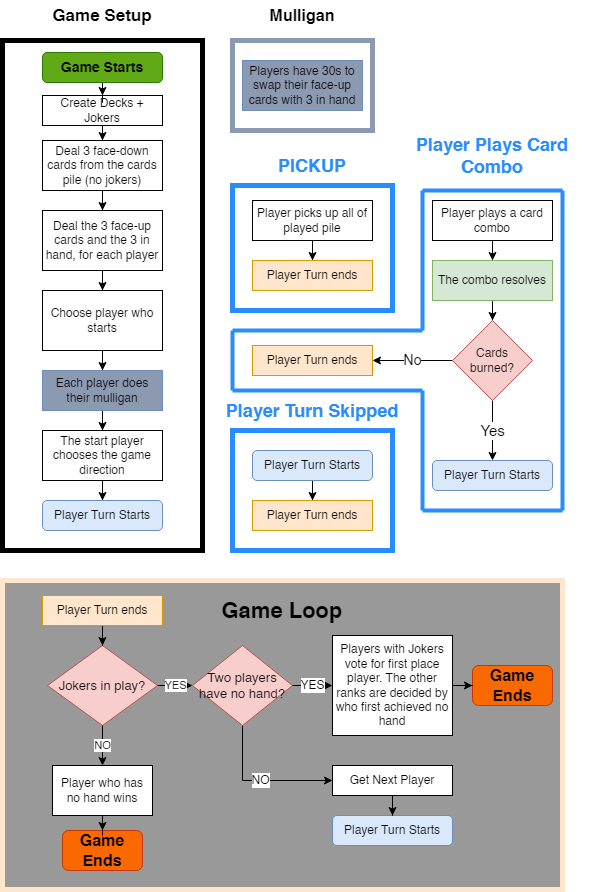
Before: GameFlowChart.png, a diagram exported from draw.io (MikeMNelhams/Karma). Source tidied: cells renumbered, new cells last; positions are measured from the earlier drawing's top-left corner, leaving out a move shared by most shapes.
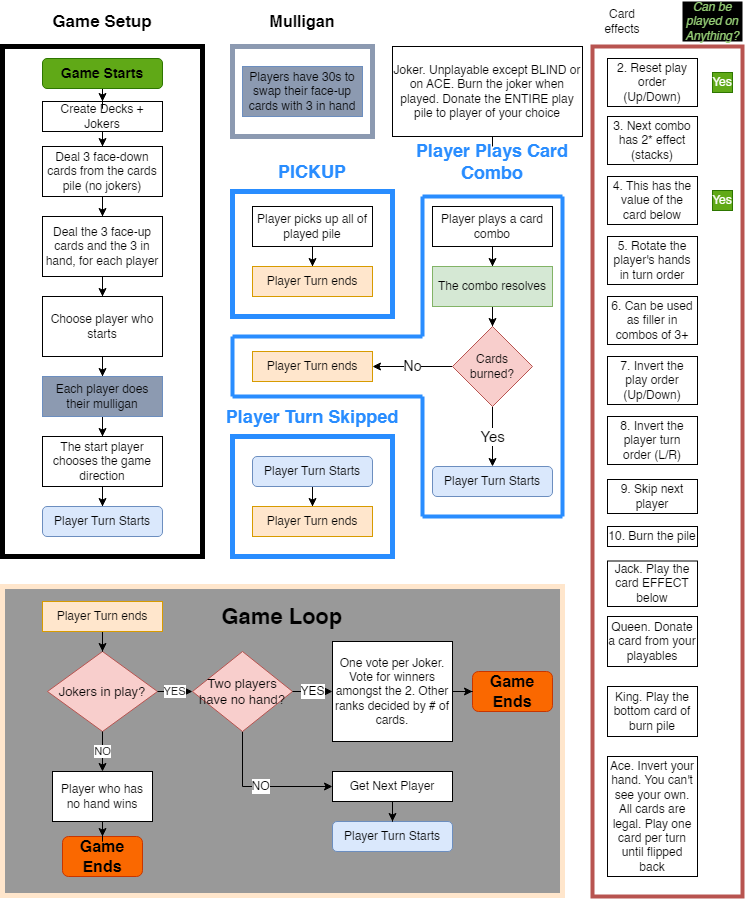
The same diagram one commit later.

What changed in the source:
```diff
@@ -2,6 +2,9 @@
   <root>
     <mxCell id="0" />
     <mxCell id="1" parent="0" />
+    <mxCell id="70" style="rounded=0;whiteSpace=wrap;html=1;strokeWidth=4;fillColor=none;strokeColor=#b85450;" parent="1" vertex="1">
+      <mxGeometry x="590" y="40" width="150" height="850" as="geometry" />
+    </mxCell>
     <mxCell id="2" style="rounded=0;whiteSpace=wrap;html=1;fillColor=none;strokeWidth=5;" parent="1" vertex="1">
       <mxGeometry y="40" width="200" height="510" as="geometry" />
     </mxCell>
@@ -101,6 +104,9 @@
     <mxCell id="34" value="Player Turn Starts" style="rounded=1;whiteSpace=wrap;html=1;fillColor=#dae8fc;strokeColor=#6c8ebf;" parent="1" vertex="1">
       <mxGeometry x="430" y="460" width="120" height="30" as="geometry" />
     </mxCell>
+    <mxCell id="71" style="edgeStyle=orthogonalEdgeStyle;rounded=0;jettySize=auto;html=1;" parent="1" edge="1" source="35" target="89">
+      <mxGeometry relative="1" as="geometry" />
+    </mxCell>
     <mxCell id="35" value="Player Plays Card Combo" style="text;html=1;strokeColor=none;fillColor=none;align=center;verticalAlign=middle;whiteSpace=wrap;rounded=0;fontColor=#298DFF;fontStyle=1;fontSize=18;" parent="1" vertex="1">
       <mxGeometry x="390" y="140" width="200" height="30" as="geometry" />
     </mxCell>
@@ -197,7 +203,7 @@
     <mxCell id="58" value="YES" style="edgeStyle=orthogonalEdgeStyle;rounded=0;jettySize=auto;html=1;" parent="50" edge="1" source="52" target="57">
       <mxGeometry relative="1" as="geometry" />
     </mxCell>
-    <mxCell id="59" value="Players with Jokers vote for first place player. The other ranks are decided by who first achieved no hand" style="rounded=0;whiteSpace=wrap;html=1;" parent="50" vertex="1">
+    <mxCell id="59" value="One vote per Joker. Vote for winners amongst the 2. Other ranks decided by # of cards." style="rounded=0;whiteSpace=wrap;html=1;" parent="50" vertex="1">
       <mxGeometry x="330" y="55" width="120" height="100" as="geometry" />
     </mxCell>
     <mxCell id="60" value="YES" style="edgeStyle=orthogonalEdgeStyle;rounded=0;jettySize=auto;html=1;entryX=0;entryY=0.5;entryDx=0;entryDy=0;fontSize=12;" parent="50" edge="1" source="57" target="59">
@@ -230,5 +236,59 @@
     <mxCell id="69" value="&lt;b&gt;&lt;font style=&quot;font-size: 22px;&quot;&gt;Game Loop&lt;/font&gt;&lt;/b&gt;" style="text;html=1;strokeColor=none;fillColor=none;align=center;verticalAlign=middle;whiteSpace=wrap;rounded=0;" parent="50" vertex="1">
       <mxGeometry x="210" y="15" width="140" height="30" as="geometry" />
     </mxCell>
+    <mxCell id="72" value="Card effects" style="text;html=1;align=center;verticalAlign=middle;whiteSpace=wrap;rounded=0;" parent="1" vertex="1">
+      <mxGeometry x="590" width="60" height="30" as="geometry" />
+    </mxCell>
+    <mxCell id="73" value="2. Reset play order (Up/Down)" style="rounded=0;whiteSpace=wrap;html=1;" parent="1" vertex="1">
+      <mxGeometry x="605" y="52" width="90" height="48" as="geometry" />
+    </mxCell>
+    <mxCell id="74" value="3. Next combo has 2* effect (stacks)" style="rounded=0;whiteSpace=wrap;html=1;" parent="1" vertex="1">
+      <mxGeometry x="605" y="110" width="90" height="48" as="geometry" />
+    </mxCell>
+    <mxCell id="75" value="4. This has the value of the card below" style="rounded=0;whiteSpace=wrap;html=1;" parent="1" vertex="1">
+      <mxGeometry x="605" y="170" width="90" height="48" as="geometry" />
+    </mxCell>
+    <mxCell id="76" value="5. Rotate the player's hands in turn order" style="rounded=0;whiteSpace=wrap;html=1;" parent="1" vertex="1">
+      <mxGeometry x="605" y="230" width="90" height="48" as="geometry" />
+    </mxCell>
+    <mxCell id="77" value="6. Can be used as filler in combos of 3+" style="rounded=0;whiteSpace=wrap;html=1;" parent="1" vertex="1">
+      <mxGeometry x="605" y="290" width="90" height="48" as="geometry" />
+    </mxCell>
+    <mxCell id="78" value="7. Invert the play order (Up/Down)" style="rounded=0;whiteSpace=wrap;html=1;" parent="1" vertex="1">
+      <mxGeometry x="605" y="350" width="90" height="48" as="geometry" />
+    </mxCell>
+    <mxCell id="79" value="8. Invert the player turn order (L/R)" style="rounded=0;whiteSpace=wrap;html=1;" parent="1" vertex="1">
+      <mxGeometry x="605" y="410" width="90" height="48" as="geometry" />
+    </mxCell>
+    <mxCell id="80" value="Can be played on Anything?" style="text;html=1;align=center;verticalAlign=middle;whiteSpace=wrap;rounded=0;fontSize=12;fontStyle=2;fontColor=#97D077;fillColor=#000000;" parent="1" vertex="1">
+      <mxGeometry x="680" y="-5" width="60" height="40" as="geometry" />
+    </mxCell>
+    <mxCell id="81" value="Yes" style="rounded=0;whiteSpace=wrap;html=1;fillColor=#60a917;fontColor=#ffffff;strokeColor=#2D7600;" parent="1" vertex="1">
+      <mxGeometry x="710" y="66" width="20" height="20" as="geometry" />
+    </mxCell>
+    <mxCell id="82" value="Yes" style="rounded=0;whiteSpace=wrap;html=1;fillColor=#60a917;fontColor=#ffffff;strokeColor=#2D7600;" parent="1" vertex="1">
+      <mxGeometry x="710" y="184" width="20" height="20" as="geometry" />
+    </mxCell>
+    <mxCell id="83" value="9. Skip next player" style="rounded=0;whiteSpace=wrap;html=1;" parent="1" vertex="1">
+      <mxGeometry x="605" y="473" width="90" height="34" as="geometry" />
+    </mxCell>
+    <mxCell id="84" value="10. Burn the pile" style="rounded=0;whiteSpace=wrap;html=1;" parent="1" vertex="1">
+      <mxGeometry x="605" y="520" width="90" height="20" as="geometry" />
+    </mxCell>
+    <mxCell id="85" value="Jack. Play the card EFFECT below" style="rounded=0;whiteSpace=wrap;html=1;" parent="1" vertex="1">
+      <mxGeometry x="605" y="554.5" width="90" height="45.5" as="geometry" />
+    </mxCell>
+    <mxCell id="86" value="Queen. Donate a card from your playables" style="rounded=0;whiteSpace=wrap;html=1;" parent="1" vertex="1">
+      <mxGeometry x="605" y="610" width="90" height="50" as="geometry" />
+    </mxCell>
+    <mxCell id="87" value="King. Play the bottom card of burn pile" style="rounded=0;whiteSpace=wrap;html=1;" parent="1" vertex="1">
+      <mxGeometry x="605" y="680" width="90" height="50" as="geometry" />
+    </mxCell>
+    <mxCell id="88" value="Ace. Invert your hand. You can't see your own. All cards are legal. Play one card per turn until flipped back" style="rounded=0;whiteSpace=wrap;html=1;" parent="1" vertex="1">
+      <mxGeometry x="605" y="750" width="90" height="120" as="geometry" />
+    </mxCell>
+    <mxCell id="89" value="Joker. Unplayable except BLIND or on ACE. Burn the joker when played. Donate the ENTIRE play pile to player of your choice" style="rounded=0;whiteSpace=wrap;html=1;" parent="1" vertex="1">
+      <mxGeometry x="390" y="40" width="190" height="90" as="geometry" />
+    </mxCell>
   </root>
 </mxGraphModel>
```
